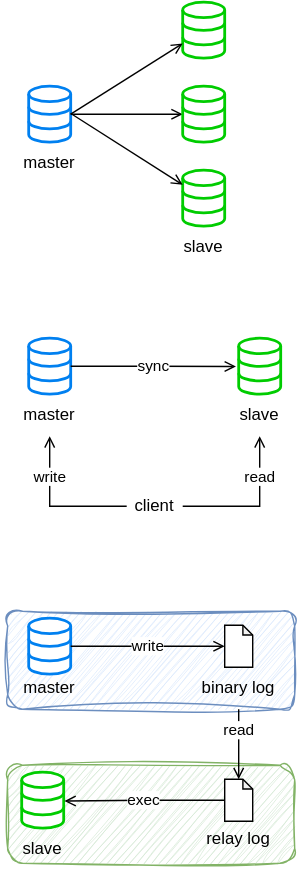
This is Draw/mysql-master-slave.drawio.svg from Zhangbokai614/draw, a draw.io export, as it was before one commit. Source tidied: cells renumbered, new cells last; positions are measured from the earlier drawing's top-left corner, leaving out a move shared by most shapes.
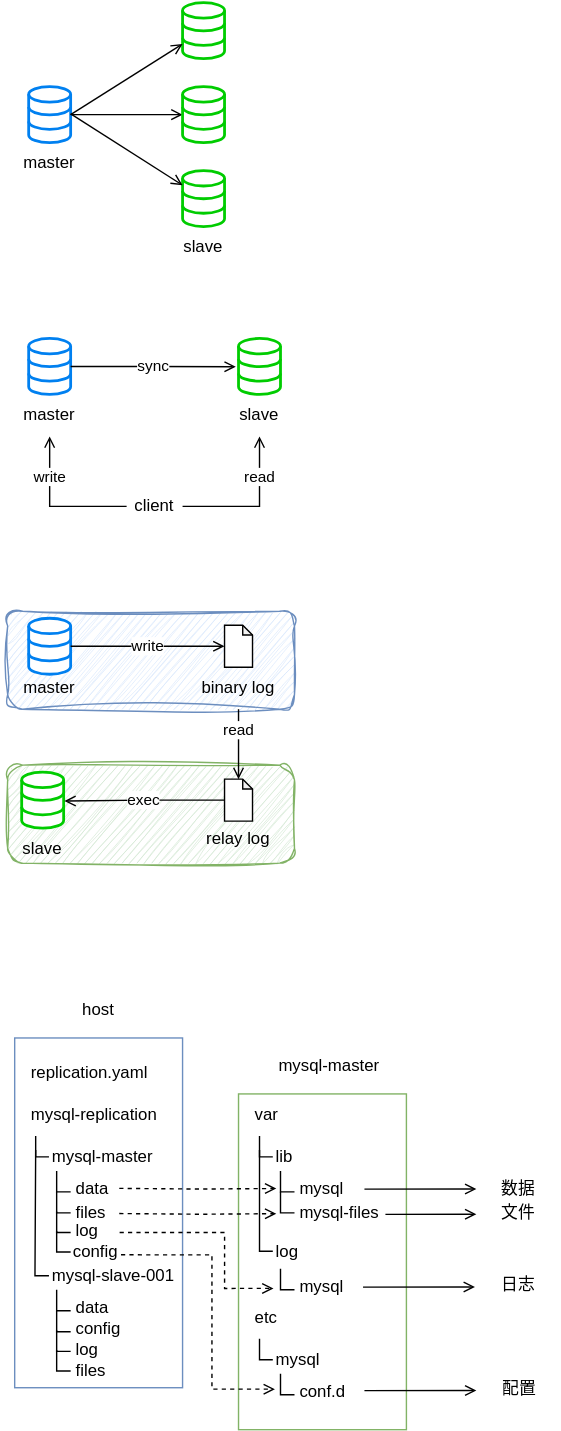
The same file after the commit.

What changed in the source:
```diff
@@ -94,5 +94,298 @@
     <mxCell id="31" value="exec" style="edgeStyle=orthogonalEdgeStyle;rounded=0;jettySize=auto;html=1;exitX=0;exitY=0.5;exitDx=0;exitDy=0;exitPerimeter=0;entryX=1.017;entryY=0.516;entryDx=0;entryDy=0;entryPerimeter=0;endArrow=open;endFill=0;" parent="1" edge="1" source="28" target="26">
       <mxGeometry relative="1" as="geometry" />
     </mxCell>
+    <mxCell id="32" value="host" style="text;html=1;align=center;verticalAlign=middle;whiteSpace=wrap;rounded=0;" parent="1" vertex="1">
+      <mxGeometry x="50" y="710" width="40" height="20" as="geometry" />
+    </mxCell>
+    <mxCell id="33" value="mysql-master" style="text;html=1;align=center;verticalAlign=middle;whiteSpace=wrap;rounded=0;" parent="1" vertex="1">
+      <mxGeometry x="189.8" y="750" width="90" height="20" as="geometry" />
+    </mxCell>
+    <mxCell id="34" style="rounded=0;whiteSpace=wrap;html=1;fillColor=none;strokeColor=#6c8ebf;" parent="1" vertex="1">
+      <mxGeometry x="10" y="740" width="120" height="250" as="geometry" />
+    </mxCell>
+    <mxCell id="35" style="rounded=0;whiteSpace=wrap;html=1;fillColor=none;strokeColor=#82b366;" parent="1" vertex="1">
+      <mxGeometry x="170" y="780" width="120" height="240" as="geometry" />
+    </mxCell>
+    <mxCell id="36" value="mysql-replication" style="text;html=1;align=left;verticalAlign=middle;whiteSpace=wrap;rounded=0;" parent="1" vertex="1">
+      <mxGeometry x="20" y="780" width="100" height="30" as="geometry" />
+    </mxCell>
+    <mxCell id="37" value="&lt;span style=&quot;&quot;&gt;replication.yaml&lt;/span&gt;" style="text;html=1;align=left;verticalAlign=middle;whiteSpace=wrap;rounded=0;" parent="1" vertex="1">
+      <mxGeometry x="20" y="750" width="90" height="30" as="geometry" />
+    </mxCell>
+    <mxCell id="38" value="mysql-master" style="text;html=1;align=left;verticalAlign=middle;whiteSpace=wrap;rounded=0;" parent="1" vertex="1">
+      <mxGeometry x="34.5" y="810" width="80.5" height="30" as="geometry" />
+    </mxCell>
+    <mxCell id="39" style="edgeStyle=orthogonalEdgeStyle;rounded=0;orthogonalLoop=1;jettySize=auto;html=1;exitX=1;exitY=0.5;exitDx=0;exitDy=0;endArrow=open;endFill=0;dashed=1;" parent="1" edge="1">
+      <mxGeometry relative="1" as="geometry">
+        <mxPoint x="84.8" y="847.5" as="sourcePoint" />
+        <mxPoint x="197" y="847.6" as="targetPoint" />
+      </mxGeometry>
+    </mxCell>
+    <mxCell id="40" value="data" style="text;html=1;align=left;verticalAlign=middle;whiteSpace=wrap;rounded=0;" parent="1" vertex="1">
+      <mxGeometry x="52.2" y="840" width="35.5" height="15" as="geometry" />
+    </mxCell>
+    <mxCell id="41" value="config" style="text;html=1;align=left;verticalAlign=middle;whiteSpace=wrap;rounded=0;" parent="1" vertex="1">
+      <mxGeometry x="50" y="885" width="35.5" height="15" as="geometry" />
+    </mxCell>
+    <mxCell id="42" value="log" style="text;html=1;align=left;verticalAlign=middle;whiteSpace=wrap;rounded=0;" parent="1" vertex="1">
+      <mxGeometry x="52.2" y="870" width="35.5" height="15" as="geometry" />
+    </mxCell>
+    <mxCell id="43" value="files" style="text;html=1;align=left;verticalAlign=middle;whiteSpace=wrap;rounded=0;" parent="1" vertex="1">
+      <mxGeometry x="52.2" y="857" width="35.5" height="15" as="geometry" />
+    </mxCell>
+    <mxCell id="44" style="endArrow=none;html=1;rounded=0;entryX=0;entryY=1;entryDx=0;entryDy=0;exitX=0;exitY=0.5;exitDx=0;exitDy=0;" parent="1" edge="1" source="38">
+      <mxGeometry relative="1" as="geometry">
+        <mxPoint x="25" y="810" as="targetPoint" />
+        <Array as="points">
+          <mxPoint x="25" y="825" />
+        </Array>
+      </mxGeometry>
+    </mxCell>
+    <mxCell id="45" style="endArrow=none;html=1;rounded=0;entryX=0;entryY=1;entryDx=0;entryDy=0;exitX=0;exitY=0.5;exitDx=0;exitDy=0;" parent="1" edge="1">
+      <mxGeometry relative="1" as="geometry">
+        <mxPoint x="50" y="850" as="sourcePoint" />
+        <mxPoint x="40" y="835" as="targetPoint" />
+        <Array as="points">
+          <mxPoint x="40" y="850" />
+        </Array>
+      </mxGeometry>
+    </mxCell>
+    <mxCell id="46" style="endArrow=none;html=1;rounded=0;entryX=0;entryY=1;entryDx=0;entryDy=0;exitX=0;exitY=0.5;exitDx=0;exitDy=0;" parent="1" edge="1">
+      <mxGeometry relative="1" as="geometry">
+        <mxPoint x="50" y="865" as="sourcePoint" />
+        <mxPoint x="40" y="850" as="targetPoint" />
+        <Array as="points">
+          <mxPoint x="40" y="865" />
+        </Array>
+      </mxGeometry>
+    </mxCell>
+    <mxCell id="47" style="endArrow=none;html=1;rounded=0;entryX=0;entryY=1;entryDx=0;entryDy=0;exitX=0;exitY=0.5;exitDx=0;exitDy=0;" parent="1" edge="1">
+      <mxGeometry relative="1" as="geometry">
+        <mxPoint x="50" y="879" as="sourcePoint" />
+        <mxPoint x="40" y="864" as="targetPoint" />
+        <Array as="points">
+          <mxPoint x="40" y="879" />
+        </Array>
+      </mxGeometry>
+    </mxCell>
+    <mxCell id="48" style="endArrow=none;html=1;rounded=0;entryX=0;entryY=1;entryDx=0;entryDy=0;exitX=0;exitY=0.5;exitDx=0;exitDy=0;" parent="1" edge="1">
+      <mxGeometry relative="1" as="geometry">
+        <mxPoint x="50" y="893" as="sourcePoint" />
+        <mxPoint x="40" y="878" as="targetPoint" />
+        <Array as="points">
+          <mxPoint x="40" y="893" />
+        </Array>
+      </mxGeometry>
+    </mxCell>
+    <mxCell id="49" style="endArrow=none;html=1;rounded=0;exitX=0;exitY=0.5;exitDx=0;exitDy=0;" parent="1" edge="1">
+      <mxGeometry relative="1" as="geometry">
+        <mxPoint x="34.5" y="910" as="sourcePoint" />
+        <mxPoint x="25" y="820" as="targetPoint" />
+        <Array as="points">
+          <mxPoint x="24.5" y="910" />
+        </Array>
+      </mxGeometry>
+    </mxCell>
+    <mxCell id="50" value="mysql-slave-001" style="text;html=1;align=left;verticalAlign=middle;whiteSpace=wrap;rounded=0;" parent="1" vertex="1">
+      <mxGeometry x="34.5" y="895" width="95.5" height="30" as="geometry" />
+    </mxCell>
+    <mxCell id="51" value="data" style="text;html=1;align=left;verticalAlign=middle;whiteSpace=wrap;rounded=0;" parent="1" vertex="1">
+      <mxGeometry x="52.2" y="925" width="35.5" height="15" as="geometry" />
+    </mxCell>
+    <mxCell id="52" value="config" style="text;html=1;align=left;verticalAlign=middle;whiteSpace=wrap;rounded=0;" parent="1" vertex="1">
+      <mxGeometry x="52.2" y="940" width="35.5" height="15" as="geometry" />
+    </mxCell>
+    <mxCell id="53" value="log" style="text;html=1;align=left;verticalAlign=middle;whiteSpace=wrap;rounded=0;" parent="1" vertex="1">
+      <mxGeometry x="52.2" y="955" width="35.5" height="15" as="geometry" />
+    </mxCell>
+    <mxCell id="54" value="files" style="text;html=1;align=left;verticalAlign=middle;whiteSpace=wrap;rounded=0;" parent="1" vertex="1">
+      <mxGeometry x="52.2" y="970" width="35.5" height="15" as="geometry" />
+    </mxCell>
+    <mxCell id="55" style="endArrow=none;html=1;rounded=0;entryX=0;entryY=1;entryDx=0;entryDy=0;exitX=0;exitY=0.5;exitDx=0;exitDy=0;" parent="1" edge="1">
+      <mxGeometry relative="1" as="geometry">
+        <mxPoint x="50" y="935" as="sourcePoint" />
+        <mxPoint x="40" y="920" as="targetPoint" />
+        <Array as="points">
+          <mxPoint x="40" y="935" />
+        </Array>
+      </mxGeometry>
+    </mxCell>
+    <mxCell id="56" style="endArrow=none;html=1;rounded=0;entryX=0;entryY=1;entryDx=0;entryDy=0;exitX=0;exitY=0.5;exitDx=0;exitDy=0;" parent="1" edge="1">
+      <mxGeometry relative="1" as="geometry">
+        <mxPoint x="50" y="950" as="sourcePoint" />
+        <mxPoint x="40" y="935" as="targetPoint" />
+        <Array as="points">
+          <mxPoint x="40" y="950" />
+        </Array>
+      </mxGeometry>
+    </mxCell>
+    <mxCell id="57" style="endArrow=none;html=1;rounded=0;entryX=0;entryY=1;entryDx=0;entryDy=0;exitX=0;exitY=0.5;exitDx=0;exitDy=0;" parent="1" edge="1">
+      <mxGeometry relative="1" as="geometry">
+        <mxPoint x="50" y="964" as="sourcePoint" />
+        <mxPoint x="40" y="949" as="targetPoint" />
+        <Array as="points">
+          <mxPoint x="40" y="964" />
+        </Array>
+      </mxGeometry>
+    </mxCell>
+    <mxCell id="58" style="endArrow=none;html=1;rounded=0;entryX=0;entryY=1;entryDx=0;entryDy=0;exitX=0;exitY=0.5;exitDx=0;exitDy=0;" parent="1" edge="1">
+      <mxGeometry relative="1" as="geometry">
+        <mxPoint x="50" y="978" as="sourcePoint" />
+        <mxPoint x="40" y="963" as="targetPoint" />
+        <Array as="points">
+          <mxPoint x="40" y="978" />
+        </Array>
+      </mxGeometry>
+    </mxCell>
+    <mxCell id="59" value="var" style="text;html=1;align=left;verticalAlign=middle;whiteSpace=wrap;rounded=0;" parent="1" vertex="1">
+      <mxGeometry x="180" y="780" width="100" height="30" as="geometry" />
+    </mxCell>
+    <mxCell id="60" value="lib" style="text;html=1;align=left;verticalAlign=middle;whiteSpace=wrap;rounded=0;" parent="1" vertex="1">
+      <mxGeometry x="194.5" y="810" width="80.5" height="30" as="geometry" />
+    </mxCell>
+    <mxCell id="61" style="endArrow=none;html=1;rounded=0;entryX=0;entryY=1;entryDx=0;entryDy=0;exitX=0;exitY=0.5;exitDx=0;exitDy=0;" parent="1" edge="1" source="60">
+      <mxGeometry relative="1" as="geometry">
+        <mxPoint x="185" y="810" as="targetPoint" />
+        <Array as="points">
+          <mxPoint x="185" y="825" />
+        </Array>
+      </mxGeometry>
+    </mxCell>
+    <mxCell id="62" value="mysql" style="text;html=1;align=left;verticalAlign=middle;whiteSpace=wrap;rounded=0;" parent="1" vertex="1">
+      <mxGeometry x="212.2" y="840" width="35.5" height="15" as="geometry" />
+    </mxCell>
+    <mxCell id="63" style="endArrow=none;html=1;rounded=0;entryX=0;entryY=1;entryDx=0;entryDy=0;exitX=0;exitY=0.5;exitDx=0;exitDy=0;" parent="1" edge="1">
+      <mxGeometry relative="1" as="geometry">
+        <mxPoint x="210" y="850" as="sourcePoint" />
+        <mxPoint x="200" y="835" as="targetPoint" />
+        <Array as="points">
+          <mxPoint x="200" y="850" />
+        </Array>
+      </mxGeometry>
+    </mxCell>
+    <mxCell id="64" value="mysql-files" style="text;html=1;align=left;verticalAlign=middle;whiteSpace=wrap;rounded=0;" parent="1" vertex="1">
+      <mxGeometry x="212.2" y="857.5" width="67.8" height="15" as="geometry" />
+    </mxCell>
+    <mxCell id="65" style="endArrow=none;html=1;rounded=0;entryX=0;entryY=1;entryDx=0;entryDy=0;exitX=0;exitY=0.5;exitDx=0;exitDy=0;" parent="1" edge="1">
+      <mxGeometry relative="1" as="geometry">
+        <mxPoint x="210" y="865" as="sourcePoint" />
+        <mxPoint x="200" y="850" as="targetPoint" />
+        <Array as="points">
+          <mxPoint x="200" y="865" />
+        </Array>
+      </mxGeometry>
+    </mxCell>
+    <mxCell id="66" style="edgeStyle=orthogonalEdgeStyle;rounded=0;orthogonalLoop=1;jettySize=auto;html=1;exitX=1;exitY=0.5;exitDx=0;exitDy=0;endArrow=open;endFill=0;dashed=1;" parent="1" edge="1">
+      <mxGeometry relative="1" as="geometry">
+        <mxPoint x="84.8" y="865.5" as="sourcePoint" />
+        <mxPoint x="197" y="865.6" as="targetPoint" />
+      </mxGeometry>
+    </mxCell>
+    <mxCell id="67" value="log" style="text;html=1;align=left;verticalAlign=middle;whiteSpace=wrap;rounded=0;" parent="1" vertex="1">
+      <mxGeometry x="194.5" y="877.5" width="80.5" height="30" as="geometry" />
+    </mxCell>
+    <mxCell id="68" style="endArrow=none;html=1;rounded=0;exitX=0;exitY=0.5;exitDx=0;exitDy=0;" parent="1" edge="1" source="67">
+      <mxGeometry relative="1" as="geometry">
+        <mxPoint x="185" y="820" as="targetPoint" />
+        <Array as="points">
+          <mxPoint x="185" y="892.5" />
+        </Array>
+      </mxGeometry>
+    </mxCell>
+    <mxCell id="69" value="mysql" style="text;html=1;align=left;verticalAlign=middle;whiteSpace=wrap;rounded=0;" parent="1" vertex="1">
+      <mxGeometry x="212.2" y="910" width="35.5" height="15" as="geometry" />
+    </mxCell>
+    <mxCell id="70" style="endArrow=none;html=1;rounded=0;entryX=0;entryY=1;entryDx=0;entryDy=0;exitX=0;exitY=0.5;exitDx=0;exitDy=0;" parent="1" edge="1">
+      <mxGeometry relative="1" as="geometry">
+        <mxPoint x="210" y="920" as="sourcePoint" />
+        <mxPoint x="200" y="905" as="targetPoint" />
+        <Array as="points">
+          <mxPoint x="200" y="920" />
+        </Array>
+      </mxGeometry>
+    </mxCell>
+    <mxCell id="71" style="edgeStyle=orthogonalEdgeStyle;rounded=0;orthogonalLoop=1;jettySize=auto;html=1;endArrow=open;endFill=0;dashed=1;" parent="1" edge="1">
+      <mxGeometry relative="1" as="geometry">
+        <mxPoint x="85" y="879" as="sourcePoint" />
+        <mxPoint x="195" y="919" as="targetPoint" />
+        <Array as="points">
+          <mxPoint x="160" y="879" />
+          <mxPoint x="160" y="919" />
+        </Array>
+      </mxGeometry>
+    </mxCell>
+    <mxCell id="72" value="etc" style="text;html=1;align=left;verticalAlign=middle;whiteSpace=wrap;rounded=0;" parent="1" vertex="1">
+      <mxGeometry x="180" y="925" width="100" height="30" as="geometry" />
+    </mxCell>
+    <mxCell id="73" value="mysql" style="text;html=1;align=left;verticalAlign=middle;whiteSpace=wrap;rounded=0;" parent="1" vertex="1">
+      <mxGeometry x="194.5" y="955" width="80.5" height="30" as="geometry" />
+    </mxCell>
+    <mxCell id="74" style="endArrow=none;html=1;rounded=0;entryX=0;entryY=1;entryDx=0;entryDy=0;exitX=0;exitY=0.5;exitDx=0;exitDy=0;" parent="1" edge="1" source="73">
+      <mxGeometry relative="1" as="geometry">
+        <mxPoint x="185" y="955" as="targetPoint" />
+        <Array as="points">
+          <mxPoint x="185" y="970" />
+        </Array>
+      </mxGeometry>
+    </mxCell>
+    <mxCell id="75" value="conf.d" style="text;html=1;align=left;verticalAlign=middle;whiteSpace=wrap;rounded=0;" parent="1" vertex="1">
+      <mxGeometry x="212.2" y="985" width="35.5" height="15" as="geometry" />
+    </mxCell>
+    <mxCell id="76" style="endArrow=none;html=1;rounded=0;entryX=0;entryY=1;entryDx=0;entryDy=0;exitX=0;exitY=0.5;exitDx=0;exitDy=0;" parent="1" edge="1">
+      <mxGeometry relative="1" as="geometry">
+        <mxPoint x="210" y="995" as="sourcePoint" />
+        <mxPoint x="200" y="980" as="targetPoint" />
+        <Array as="points">
+          <mxPoint x="200" y="995" />
+        </Array>
+      </mxGeometry>
+    </mxCell>
+    <mxCell id="77" style="edgeStyle=orthogonalEdgeStyle;rounded=0;orthogonalLoop=1;jettySize=auto;html=1;endArrow=open;endFill=0;dashed=1;" parent="1" edge="1">
+      <mxGeometry relative="1" as="geometry">
+        <mxPoint x="86" y="895" as="sourcePoint" />
+        <mxPoint x="196" y="991" as="targetPoint" />
+        <Array as="points">
+          <mxPoint x="151" y="895" />
+          <mxPoint x="151" y="991" />
+          <mxPoint x="196" y="991" />
+        </Array>
+      </mxGeometry>
+    </mxCell>
+    <mxCell id="78" style="endArrow=open;html=1;rounded=0;exitX=0.75;exitY=0.292;exitDx=0;exitDy=0;exitPerimeter=0;endFill=0;" parent="1" edge="1">
+      <mxGeometry relative="1" as="geometry">
+        <mxPoint x="260" y="848.1" as="sourcePoint" />
+        <mxPoint x="340" y="848" as="targetPoint" />
+      </mxGeometry>
+    </mxCell>
+    <mxCell id="79" value="数据" style="text;html=1;align=center;verticalAlign=middle;whiteSpace=wrap;rounded=0;" parent="1" vertex="1">
+      <mxGeometry x="340" y="837.5" width="60" height="20" as="geometry" />
+    </mxCell>
+    <mxCell id="80" style="endArrow=open;html=1;rounded=0;exitX=0.75;exitY=0.292;exitDx=0;exitDy=0;exitPerimeter=0;endFill=0;" parent="1" edge="1">
+      <mxGeometry relative="1" as="geometry">
+        <mxPoint x="275" y="866.1" as="sourcePoint" />
+        <mxPoint x="340" y="866" as="targetPoint" />
+      </mxGeometry>
+    </mxCell>
+    <mxCell id="81" value="文件" style="text;html=1;align=center;verticalAlign=middle;whiteSpace=wrap;rounded=0;" parent="1" vertex="1">
+      <mxGeometry x="340" y="854.5" width="60" height="20" as="geometry" />
+    </mxCell>
+    <mxCell id="82" value="日志" style="text;html=1;align=center;verticalAlign=middle;whiteSpace=wrap;rounded=0;" parent="1" vertex="1">
+      <mxGeometry x="340" y="907" width="60" height="20" as="geometry" />
+    </mxCell>
+    <mxCell id="83" style="endArrow=open;html=1;rounded=0;exitX=0.75;exitY=0.292;exitDx=0;exitDy=0;exitPerimeter=0;endFill=0;" parent="1" edge="1">
+      <mxGeometry relative="1" as="geometry">
+        <mxPoint x="259" y="918.1" as="sourcePoint" />
+        <mxPoint x="339" y="918" as="targetPoint" />
+      </mxGeometry>
+    </mxCell>
+    <mxCell id="84" value="配置" style="text;html=1;align=center;verticalAlign=middle;whiteSpace=wrap;rounded=0;" parent="1" vertex="1">
+      <mxGeometry x="341" y="981" width="60" height="20" as="geometry" />
+    </mxCell>
+    <mxCell id="85" style="endArrow=open;html=1;rounded=0;exitX=0.75;exitY=0.292;exitDx=0;exitDy=0;exitPerimeter=0;endFill=0;" parent="1" edge="1">
+      <mxGeometry relative="1" as="geometry">
+        <mxPoint x="260" y="992.1" as="sourcePoint" />
+        <mxPoint x="340" y="992" as="targetPoint" />
+      </mxGeometry>
+    </mxCell>
   </root>
 </mxGraphModel>
```
